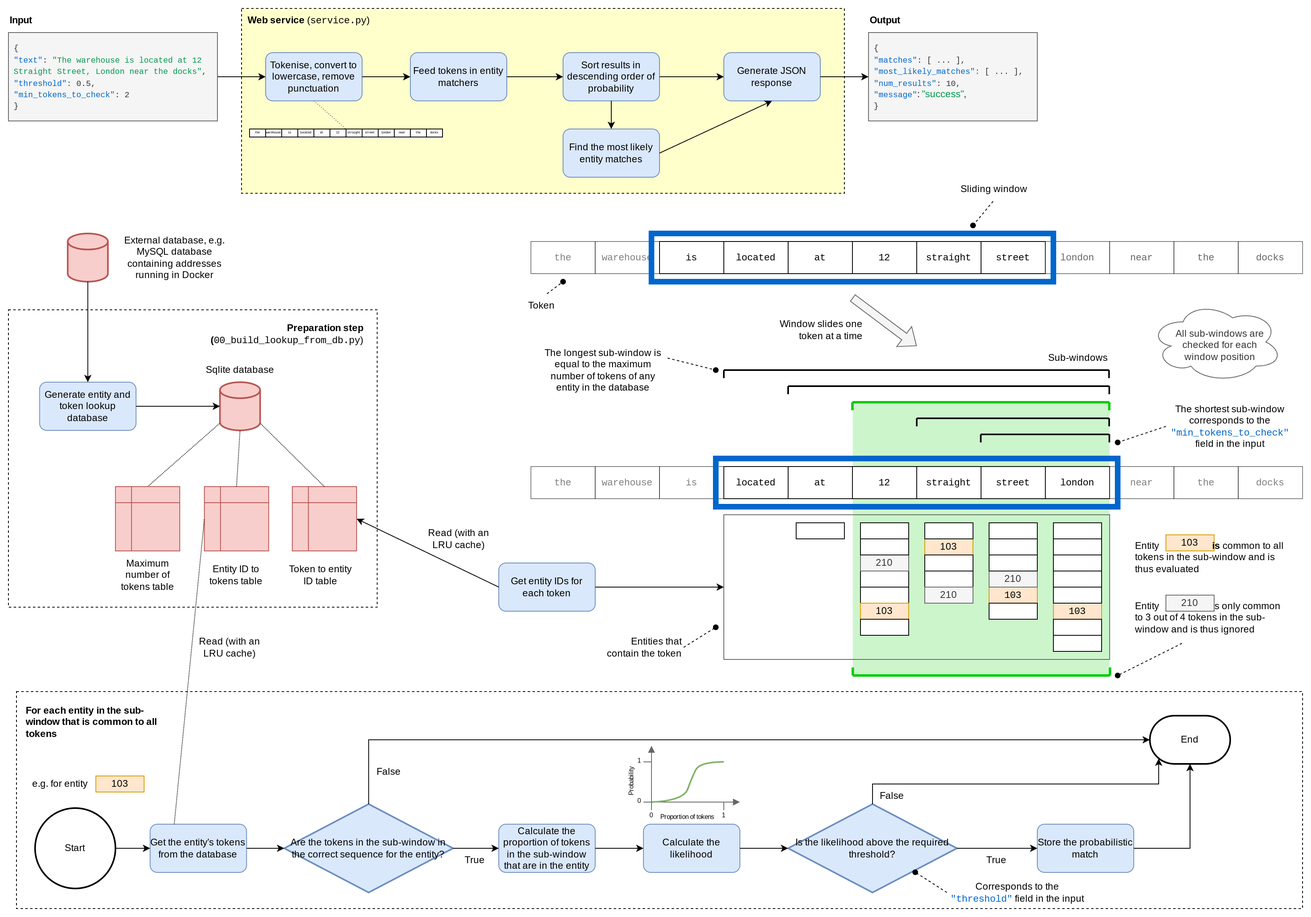
Above: Python/DataScience/entity-extraction/images/concept.png in cdclaxton/learning (draw.io), before the change. Source tidied: cells renumbered, new cells last; positions are measured from the earlier drawing's top-left corner, leaving out a move shared by most shapes.
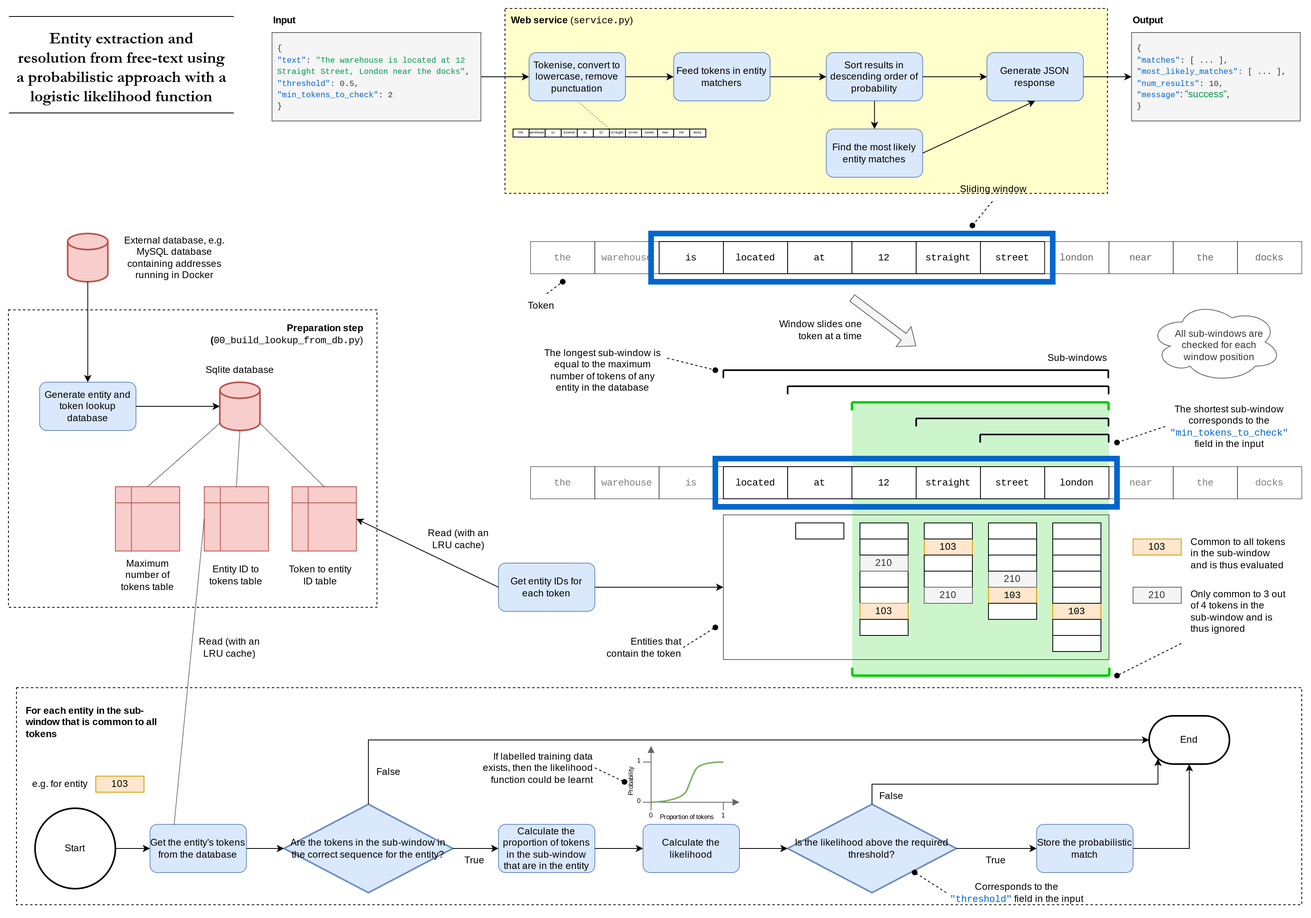
The same file after the commit.

Commit message:
Add title and correct spacing issue

Change to the diagram source:
```diff
@@ -6,7 +6,7 @@
       <mxGeometry x="1050.5" y="490" width="319.6" height="340" as="geometry" />
     </mxCell>
     <mxCell id="3" style="rounded=0;whiteSpace=wrap;html=1;fillColor=none;dashed=1;" parent="1" vertex="1">
-      <mxGeometry x="10" y="850" width="1600" height="270" as="geometry" />
+      <mxGeometry x="10" y="845" width="1600" height="270" as="geometry" />
     </mxCell>
     <mxCell id="4" style="rounded=0;whiteSpace=wrap;html=1;fillColor=none;strokeColor=#666666;" parent="1" vertex="1">
       <mxGeometry x="890" y="630" width="480" height="180" as="geometry" />
@@ -15,49 +15,49 @@
       <mxGeometry y="375" width="458.8" height="370" as="geometry" />
     </mxCell>
     <mxCell id="6" style="rounded=0;whiteSpace=wrap;html=1;fillColor=#FFFFCC;dashed=1;" parent="1" vertex="1">
-      <mxGeometry x="290" width="750" height="230" as="geometry" />
+      <mxGeometry x="618.1" width="750" height="230" as="geometry" />
     </mxCell>
     <mxCell id="7" value="&lt;b&gt;Input&lt;/b&gt;" style="text;html=1;strokeColor=none;fillColor=none;align=left;verticalAlign=middle;whiteSpace=wrap;rounded=0;" parent="1" vertex="1">
-      <mxGeometry width="60" height="30" as="geometry" />
+      <mxGeometry x="328.1" width="60" height="30" as="geometry" />
     </mxCell>
     <mxCell id="8" style="rounded=0;jettySize=auto;html=1;exitX=1;exitY=0.5;exitDx=0;exitDy=0;entryX=0;entryY=0.5;entryDx=0;entryDy=0;" parent="1" edge="1" source="9" target="10">
       <mxGeometry relative="1" as="geometry" />
     </mxCell>
     <mxCell id="9" value="&lt;font style=&quot;font-size: 10px;&quot; face=&quot;Courier New&quot;&gt;{&lt;br&gt;&lt;font color=&quot;#0066cc&quot;&gt;&quot;text&quot;&lt;/font&gt;: &lt;font color=&quot;#00994d&quot;&gt;&quot;The warehouse is located at 12 Straight Street, London near the docks&quot;&lt;/font&gt;, &lt;br&gt;&lt;font color=&quot;#0066cc&quot;&gt;&quot;threshold&quot;:&lt;/font&gt; 0.5, &lt;br&gt;&lt;font color=&quot;#0066cc&quot;&gt;&quot;min_tokens_to_check&quot;&lt;/font&gt;: 2&lt;br&gt;}&lt;/font&gt;" style="text;html=1;strokeColor=#666666;fillColor=#f5f5f5;align=left;verticalAlign=middle;whiteSpace=wrap;rounded=0;spacing=2;spacingLeft=5;spacingRight=5;fontColor=#333333;" parent="1" vertex="1">
-      <mxGeometry y="30" width="260" height="110" as="geometry" />
+      <mxGeometry x="328.1" y="30" width="260" height="110" as="geometry" />
     </mxCell>
     <mxCell id="10" value="Tokenise, convert to lowercase, remove punctuation" style="rounded=1;whiteSpace=wrap;html=1;fillColor=#dae8fc;strokeColor=#6c8ebf;" parent="1" vertex="1">
-      <mxGeometry x="320" y="55" width="120" height="60" as="geometry" />
+      <mxGeometry x="648.1" y="55" width="120" height="60" as="geometry" />
     </mxCell>
     <mxCell id="11" value="Feed tokens in entity matchers" style="rounded=1;whiteSpace=wrap;html=1;fillColor=#dae8fc;strokeColor=#6c8ebf;" parent="1" vertex="1">
-      <mxGeometry x="500" y="55" width="120" height="60" as="geometry" />
+      <mxGeometry x="828.1" y="55" width="120" height="60" as="geometry" />
     </mxCell>
     <mxCell id="12" style="rounded=0;jettySize=auto;html=1;entryX=0;entryY=0.5;entryDx=0;entryDy=0;exitX=1;exitY=0.5;exitDx=0;exitDy=0;" parent="1" edge="1" source="10" target="11">
       <mxGeometry relative="1" as="geometry" />
     </mxCell>
     <mxCell id="13" value="Sort results in descending order of probability" style="rounded=1;whiteSpace=wrap;html=1;fillColor=#dae8fc;strokeColor=#6c8ebf;" parent="1" vertex="1">
-      <mxGeometry x="690" y="55" width="120" height="60" as="geometry" />
+      <mxGeometry x="1018.1" y="55" width="120" height="60" as="geometry" />
     </mxCell>
     <mxCell id="14" style="rounded=0;jettySize=auto;html=1;entryX=0;entryY=0.5;entryDx=0;entryDy=0;exitX=1;exitY=0.5;exitDx=0;exitDy=0;" parent="1" edge="1" source="11" target="13">
       <mxGeometry relative="1" as="geometry" />
     </mxCell>
     <mxCell id="15" value="Find the most likely entity matches" style="rounded=1;whiteSpace=wrap;html=1;fillColor=#dae8fc;strokeColor=#6c8ebf;" parent="1" vertex="1">
-      <mxGeometry x="690" y="150" width="120" height="60" as="geometry" />
+      <mxGeometry x="1018.1" y="150" width="120" height="60" as="geometry" />
     </mxCell>
     <mxCell id="16" style="rounded=0;jettySize=auto;html=1;entryX=0.5;entryY=0;entryDx=0;entryDy=0;exitX=0.5;exitY=1;exitDx=0;exitDy=0;" parent="1" edge="1" source="13" target="15">
       <mxGeometry relative="1" as="geometry" />
     </mxCell>
     <mxCell id="17" value="&lt;b&gt;Output&lt;/b&gt;" style="text;html=1;strokeColor=none;fillColor=none;align=left;verticalAlign=middle;whiteSpace=wrap;rounded=0;" parent="1" vertex="1">
-      <mxGeometry x="1070" width="60" height="30" as="geometry" />
+      <mxGeometry x="1398.1" width="60" height="30" as="geometry" />
     </mxCell>
     <mxCell id="18" value="&lt;font style=&quot;font-size: 10px;&quot; face=&quot;Courier New&quot;&gt;{&lt;br&gt;&lt;font color=&quot;#0066cc&quot;&gt;&quot;matches&quot;&lt;/font&gt;: [ ... ], &lt;br&gt;&lt;font color=&quot;#0066cc&quot;&gt;&quot;most_likely_matches&quot;:&lt;/font&gt; [ ... ], &lt;br&gt;&lt;font color=&quot;#0066cc&quot;&gt;&quot;num_results&quot;&lt;/font&gt;: 10,&lt;br&gt;&lt;/font&gt;&lt;font style=&quot;border-color: var(--border-color); font-family: &amp;quot;Courier New&amp;quot;; font-size: 10px;&quot; color=&quot;#0066cc&quot;&gt;&quot;message&quot;&lt;/font&gt;: &lt;font color=&quot;#00994d&quot;&gt;&quot;success&quot;&lt;/font&gt;,&lt;font style=&quot;font-size: 10px;&quot; face=&quot;Courier New&quot;&gt;&lt;br&gt;}&lt;/font&gt;" style="text;html=1;strokeColor=#666666;fillColor=#f5f5f5;align=left;verticalAlign=middle;whiteSpace=wrap;rounded=0;spacing=2;spacingLeft=5;spacingRight=5;fontColor=#333333;" parent="1" vertex="1">
-      <mxGeometry x="1070" y="30" width="210" height="110" as="geometry" />
+      <mxGeometry x="1398.1" y="30" width="210" height="110" as="geometry" />
     </mxCell>
     <mxCell id="19" style="rounded=0;jettySize=auto;html=1;entryX=0;entryY=0.5;entryDx=0;entryDy=0;exitX=1;exitY=0.5;exitDx=0;exitDy=0;" parent="1" edge="1" source="13" target="20">
       <mxGeometry relative="1" as="geometry" />
     </mxCell>
     <mxCell id="20" value="Generate JSON response" style="rounded=1;whiteSpace=wrap;html=1;fillColor=#dae8fc;strokeColor=#6c8ebf;" parent="1" vertex="1">
-      <mxGeometry x="890" y="55" width="120" height="60" as="geometry" />
+      <mxGeometry x="1218.1" y="55" width="120" height="60" as="geometry" />
     </mxCell>
     <mxCell id="21" style="rounded=0;jettySize=auto;html=1;entryX=0.5;entryY=1;entryDx=0;entryDy=0;exitX=1;exitY=0.5;exitDx=0;exitDy=0;" parent="1" edge="1" source="15" target="20">
       <mxGeometry relative="1" as="geometry" />
@@ -114,7 +114,7 @@
       <mxGeometry relative="1" as="geometry" />
     </mxCell>
     <mxCell id="39" value="&lt;b&gt;Web service&lt;/b&gt; (&lt;font face=&quot;Courier New&quot;&gt;service.py&lt;/font&gt;)" style="text;html=1;strokeColor=none;fillColor=none;align=left;verticalAlign=middle;whiteSpace=wrap;rounded=0;" parent="1" vertex="1">
-      <mxGeometry x="296.3" width="180" height="30" as="geometry" />
+      <mxGeometry x="624.4" width="180" height="30" as="geometry" />
     </mxCell>
     <mxCell id="40" value="&lt;b&gt;Preparation step (&lt;/b&gt;&lt;font face=&quot;Courier New&quot;&gt;00_build_lookup_from_db.py&lt;/font&gt;)" style="text;html=1;strokeColor=none;fillColor=none;align=right;verticalAlign=middle;whiteSpace=wrap;rounded=0;" parent="1" vertex="1">
       <mxGeometry x="158.8" y="385" width="285" height="40" as="geometry" />
@@ -156,7 +156,7 @@
       <mxGeometry x="1530" y="290" width="80" height="40" as="geometry" />
     </mxCell>
     <mxCell id="53" style="group;fontSize=4;" parent="1" vertex="1">
-      <mxGeometry x="300" y="150" width="240" height="10" as="geometry" />
+      <mxGeometry x="628.1" y="150" width="240" height="10" as="geometry" />
     </mxCell>
     <mxCell id="54" value="&lt;font face=&quot;Courier New&quot; style=&quot;font-size: 4px;&quot;&gt;the&lt;/font&gt;" style="rounded=0;whiteSpace=wrap;html=1;fontSize=4;" parent="53" vertex="1">
       <mxGeometry width="20" height="10" as="geometry" />
@@ -609,16 +609,16 @@
       <mxGeometry x="955" y="385" width="110" height="30" as="geometry" />
     </mxCell>
     <mxCell id="179" value="103" style="rounded=0;whiteSpace=wrap;html=1;fillColor=#ffe6cc;strokeColor=#d79b00;" parent="1" vertex="1">
-      <mxGeometry x="1440" y="655" width="60" height="20" as="geometry" />
+      <mxGeometry x="1400" y="660" width="60" height="20" as="geometry" />
     </mxCell>
-    <mxCell id="180" value="Entity&amp;nbsp; &amp;nbsp; &amp;nbsp; &amp;nbsp; &amp;nbsp; &amp;nbsp; &amp;nbsp; &amp;nbsp; &amp;nbsp; &amp;nbsp; &amp;nbsp; &lt;b&gt;is&lt;/b&gt; common to all tokens in the sub-window and is thus evaluated" style="text;html=1;strokeColor=none;fillColor=none;align=left;verticalAlign=middle;whiteSpace=wrap;rounded=0;" parent="1" vertex="1">
-      <mxGeometry x="1400" y="665" width="195" height="35" as="geometry" />
+    <mxCell id="180" value="Common to all tokens in the sub-window and is thus evaluated" style="text;html=1;strokeColor=none;fillColor=none;align=left;verticalAlign=middle;whiteSpace=wrap;rounded=0;" parent="1" vertex="1">
+      <mxGeometry x="1470" y="660" width="120" height="35" as="geometry" />
     </mxCell>
-    <mxCell id="181" value="Entity&amp;nbsp; &amp;nbsp; &amp;nbsp; &amp;nbsp; &amp;nbsp; &amp;nbsp; &amp;nbsp; &amp;nbsp; &amp;nbsp; &amp;nbsp; &amp;nbsp; is&amp;nbsp;only common to 3 out of 4 tokens in the sub-window and is thus ignored" style="text;html=1;strokeColor=none;fillColor=none;align=left;verticalAlign=middle;whiteSpace=wrap;rounded=0;" parent="1" vertex="1">
-      <mxGeometry x="1400" y="740" width="195" height="35" as="geometry" />
+    <mxCell id="181" value="Only common to 3 out of 4 tokens in the sub-window and is thus ignored" style="text;html=1;strokeColor=none;fillColor=none;align=left;verticalAlign=middle;whiteSpace=wrap;rounded=0;" parent="1" vertex="1">
+      <mxGeometry x="1470" y="720" width="120" height="60" as="geometry" />
     </mxCell>
     <mxCell id="182" value="210" style="rounded=0;whiteSpace=wrap;html=1;fillColor=#f5f5f5;strokeColor=#666666;fontColor=#333333;" parent="1" vertex="1">
-      <mxGeometry x="1440" y="730" width="60" height="20" as="geometry" />
+      <mxGeometry x="1400" y="720" width="60" height="20" as="geometry" />
     </mxCell>
     <mxCell id="183" style="group;flipV=1;flipH=1;rotation=0;" parent="1" vertex="1">
       <mxGeometry x="1050.5" y="820" width="319.6" height="10" as="geometry" />
@@ -655,5 +655,26 @@
     <mxCell id="189" value="The longest sub-window is equal to the maximum number of tokens of any entity in the database" style="text;html=1;strokeColor=none;fillColor=none;align=center;verticalAlign=middle;whiteSpace=wrap;rounded=0;" parent="1" vertex="1">
       <mxGeometry x="660" y="420" width="160" height="60" as="geometry" />
     </mxCell>
+    <mxCell id="190" value="If labelled training data exists, then the likelihood function could be learnt" style="text;html=1;strokeColor=none;fillColor=none;align=right;verticalAlign=middle;whiteSpace=wrap;rounded=0;" parent="1" vertex="1">
+      <mxGeometry x="580.6" y="919.7" width="149.4" height="50" as="geometry" />
+    </mxCell>
+    <mxCell id="191" style="edgeStyle=none;rounded=0;jettySize=auto;html=1;exitX=1;exitY=0.5;exitDx=0;exitDy=0;endArrow=oval;endFill=1;dashed=1;entryX=0.5;entryY=0;entryDx=0;entryDy=0;" parent="1" edge="1" source="190" target="167">
+      <mxGeometry relative="1" as="geometry" />
+    </mxCell>
+    <mxCell id="192" value="&lt;font style=&quot;font-size: 20px;&quot;&gt;&lt;b style=&quot;font-size: 20px;&quot;&gt;Entity extraction and resolution from free-text using a probabilistic approach with a logistic likelihood function&lt;/b&gt;&lt;/font&gt;" style="rounded=0;whiteSpace=wrap;html=1;strokeColor=none;fillColor=none;fontFamily=Garamond;fontSize=20;" parent="1" vertex="1">
+      <mxGeometry x="5.6" y="10" width="270" height="125" as="geometry" />
+    </mxCell>
+    <mxCell id="193" style="endArrow=none;html=1;rounded=0;" parent="1" edge="1">
+      <mxGeometry relative="1" as="geometry">
+        <mxPoint x="0.6" y="130" as="sourcePoint" />
+        <mxPoint x="280.6" y="130" as="targetPoint" />
+      </mxGeometry>
+    </mxCell>
+    <mxCell id="194" style="endArrow=none;html=1;rounded=0;" parent="1" edge="1">
+      <mxGeometry relative="1" as="geometry">
+        <mxPoint x="0.6" y="10" as="sourcePoint" />
+        <mxPoint x="280.6" y="10" as="targetPoint" />
+      </mxGeometry>
+    </mxCell>
   </root>
 </mxGraphModel>
```
